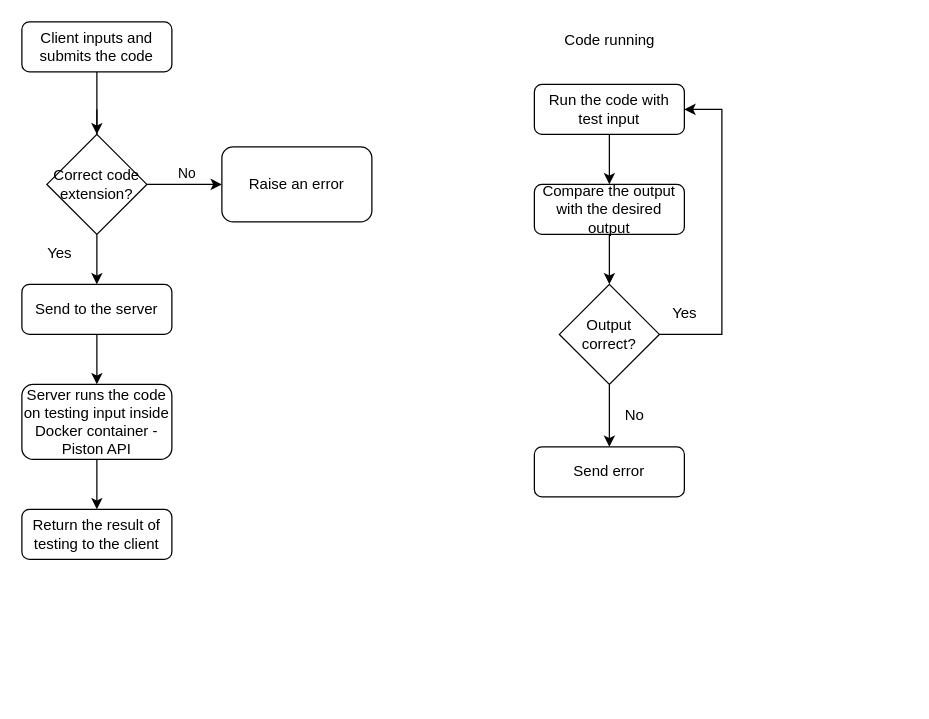
A13k5-5/CodeProfesseur keeps this draw.io diagram as DockerFlowchart.drawio. Above is the earlier version. Source tidied: cells renumbered, new cells numbered last; positions are measured from the earlier drawing's top-left corner, leaving out a move shared by most shapes. Both pictures are drawn from the tidied source at 125%, with x=0, y=0 at pixel (21, 21).
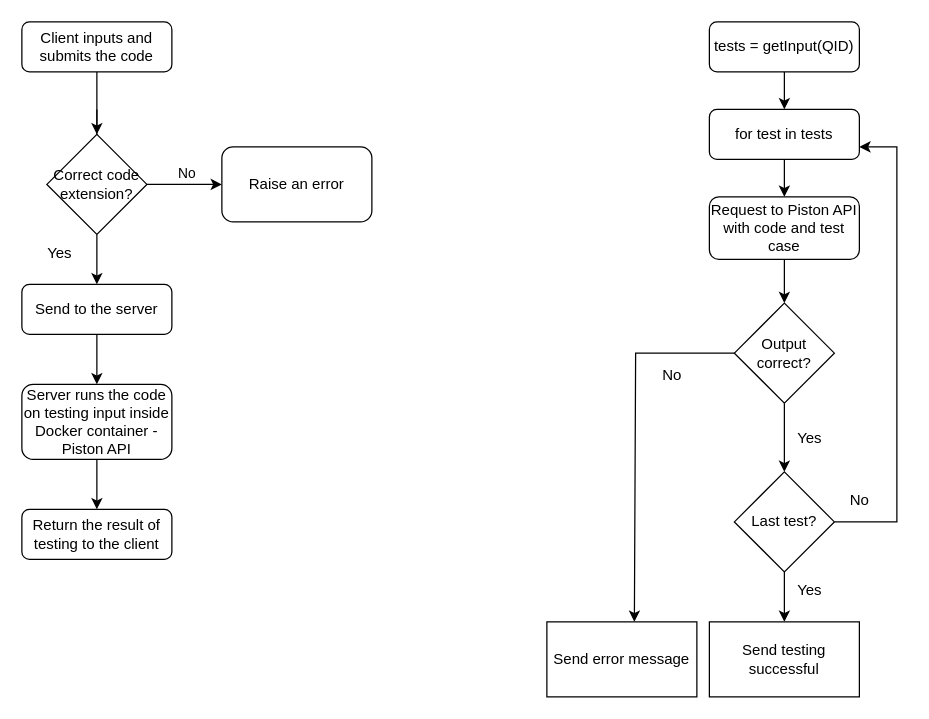
The same diagram, later.

Commit message:
New version of code running flowchart

Change to the diagram source:
```diff
@@
-    <mxCell id="14" value="Code running" style="text;html=1;align=center;verticalAlign=middle;strokeColor=none;fillColor=none;" parent="1" vertex="1">
-      <mxGeometry x="420" width="100" height="30" as="geometry" />
-    </mxCell>
-    <mxCell id="15" style="edgeStyle=orthogonalEdgeStyle;rounded=0;jettySize=auto;html=1;" parent="1" edge="1" source="16" target="24">
-      <mxGeometry relative="1" as="geometry" />
-    </mxCell>
-    <mxCell id="16" value="Run the code with test input" style="rounded=1;whiteSpace=wrap;html=1;" parent="1" vertex="1">
-      <mxGeometry x="410" y="50" width="120" height="40" as="geometry" />
-    </mxCell>
-    <mxCell id="17" style="edgeStyle=orthogonalEdgeStyle;rounded=0;jettySize=auto;html=1;" parent="1" edge="1" source="19" target="21">
-      <mxGeometry relative="1" as="geometry" />
-    </mxCell>
-    <mxCell id="18" style="edgeStyle=orthogonalEdgeStyle;rounded=0;jettySize=auto;html=1;exitX=1;exitY=0.5;exitDx=0;exitDy=0;entryX=1;entryY=0.5;entryDx=0;entryDy=0;" parent="1" edge="1" source="19" target="16">
-      <mxGeometry relative="1" as="geometry">
-        <Array as="points">
-          <mxPoint x="560" y="250" />
-          <mxPoint x="560" y="70" />
-        </Array>
-      </mxGeometry>
-    </mxCell>
-    <mxCell id="19" value="Output correct?" style="rhombus;whiteSpace=wrap;html=1;" parent="1" vertex="1">
-      <mxGeometry x="430" y="210" width="80" height="80" as="geometry" />
-    </mxCell>
-    <mxCell id="20" value="Yes" style="text;html=1;align=center;verticalAlign=middle;strokeColor=none;fillColor=none;" parent="1" vertex="1">
-      <mxGeometry x="510" y="218" width="40" height="30" as="geometry" />
-    </mxCell>
-    <mxCell id="21" value="Send error" style="rounded=1;whiteSpace=wrap;html=1;" parent="1" vertex="1">
-      <mxGeometry x="410" y="340" width="120" height="40" as="geometry" />
-    </mxCell>
-    <mxCell id="22" value="No" style="text;html=1;align=center;verticalAlign=middle;strokeColor=none;fillColor=none;" parent="1" vertex="1">
-      <mxGeometry x="470" y="300" width="40" height="30" as="geometry" />
-    </mxCell>
-    <mxCell id="23" style="edgeStyle=orthogonalEdgeStyle;rounded=0;jettySize=auto;html=1;" parent="1" edge="1" source="24" target="19">
-      <mxGeometry relative="1" as="geometry" />
-    </mxCell>
-    <mxCell id="24" value="Compare the output with the desired output" style="rounded=1;whiteSpace=wrap;html=1;" parent="1" vertex="1">
-      <mxGeometry x="410" y="130" width="120" height="40" as="geometry" />
-    </mxCell>
@@
+    <mxCell id="27" style="edgeStyle=orthogonalEdgeStyle;rounded=0;jettySize=auto;html=1;" parent="1" edge="1" source="28" target="30">
+      <mxGeometry relative="1" as="geometry" />
+    </mxCell>
+    <mxCell id="28" value="tests = getInput(QID)" style="rounded=1;whiteSpace=wrap;html=1;" parent="1" vertex="1">
+      <mxGeometry x="550" width="120" height="40" as="geometry" />
+    </mxCell>
+    <mxCell id="29" style="edgeStyle=orthogonalEdgeStyle;rounded=0;jettySize=auto;html=1;" parent="1" edge="1" source="30" target="32">
+      <mxGeometry relative="1" as="geometry" />
+    </mxCell>
+    <mxCell id="30" value="for test in tests" style="rounded=1;whiteSpace=wrap;html=1;" parent="1" vertex="1">
+      <mxGeometry x="550" y="70" width="120" height="40" as="geometry" />
+    </mxCell>
+    <mxCell id="31" style="edgeStyle=orthogonalEdgeStyle;rounded=0;jettySize=auto;html=1;entryX=0.5;entryY=0;entryDx=0;entryDy=0;" parent="1" edge="1" source="32" target="19">
+      <mxGeometry relative="1" as="geometry" />
+    </mxCell>
+    <mxCell id="32" value="Request to Piston API with code and test case" style="rounded=1;whiteSpace=wrap;html=1;" parent="1" vertex="1">
+      <mxGeometry x="550" y="140" width="120" height="50" as="geometry" />
+    </mxCell>
+    <mxCell id="33" style="edgeStyle=orthogonalEdgeStyle;rounded=0;jettySize=auto;html=1;" parent="1" edge="1" source="19">
+      <mxGeometry relative="1" as="geometry">
+        <mxPoint x="610" y="360" as="targetPoint" />
+      </mxGeometry>
+    </mxCell>
+    <mxCell id="34" style="edgeStyle=orthogonalEdgeStyle;rounded=0;orthogonalLoop=1;jettySize=auto;html=1;" parent="1" edge="1">
+      <mxGeometry relative="1" as="geometry">
+        <mxPoint x="610" y="265" as="sourcePoint" />
+        <mxPoint x="490" y="480" as="targetPoint" />
+        <Array as="points">
+          <mxPoint x="491" y="265" />
+        </Array>
+      </mxGeometry>
+    </mxCell>
+    <mxCell id="19" value="Output correct?" style="rhombus;whiteSpace=wrap;html=1;" parent="1" vertex="1">
+      <mxGeometry x="570" y="225" width="80" height="80" as="geometry" />
+    </mxCell>
+    <mxCell id="35" value="Yes" style="text;html=1;align=center;verticalAlign=middle;strokeColor=none;fillColor=none;" parent="1" vertex="1">
+      <mxGeometry x="610" y="318" width="40" height="30" as="geometry" />
+    </mxCell>
+    <mxCell id="36" style="edgeStyle=orthogonalEdgeStyle;rounded=0;jettySize=auto;html=1;entryX=1;entryY=0.75;entryDx=0;entryDy=0;" parent="1" edge="1" source="38" target="30">
+      <mxGeometry relative="1" as="geometry">
+        <Array as="points">
+          <mxPoint x="700" y="400" />
+          <mxPoint x="700" y="100" />
+        </Array>
+      </mxGeometry>
+    </mxCell>
+    <mxCell id="37" style="edgeStyle=orthogonalEdgeStyle;rounded=0;jettySize=auto;html=1;" parent="1" edge="1" source="38" target="40">
+      <mxGeometry relative="1" as="geometry" />
+    </mxCell>
+    <mxCell id="38" value="Last test?" style="rhombus;whiteSpace=wrap;html=1;" parent="1" vertex="1">
+      <mxGeometry x="570" y="360" width="80" height="80" as="geometry" />
+    </mxCell>
+    <mxCell id="39" value="No" style="text;html=1;align=center;verticalAlign=middle;strokeColor=none;fillColor=none;" parent="1" vertex="1">
+      <mxGeometry x="650" y="368" width="40" height="30" as="geometry" />
+    </mxCell>
+    <mxCell id="40" value="Send testing successful" style="whiteSpace=wrap;html=1;" parent="1" vertex="1">
+      <mxGeometry x="550" y="480" width="120" height="60" as="geometry" />
+    </mxCell>
+    <mxCell id="41" value="Yes" style="text;html=1;align=center;verticalAlign=middle;strokeColor=none;fillColor=none;" parent="1" vertex="1">
+      <mxGeometry x="610" y="440" width="40" height="30" as="geometry" />
+    </mxCell>
+    <mxCell id="42" value="No" style="text;html=1;align=center;verticalAlign=middle;strokeColor=none;fillColor=none;" parent="1" vertex="1">
+      <mxGeometry x="500" y="268" width="40" height="30" as="geometry" />
+    </mxCell>
+    <mxCell id="43" value="Send error message" style="whiteSpace=wrap;html=1;" parent="1" vertex="1">
+      <mxGeometry x="420" y="480" width="120" height="60" as="geometry" />
+    </mxCell>
```
